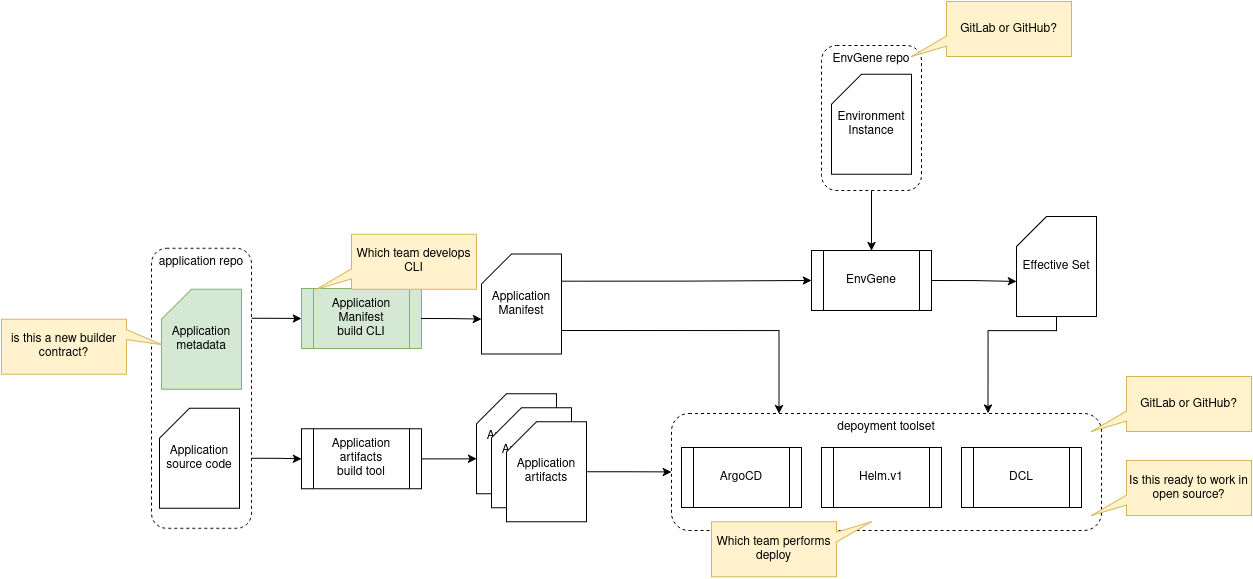
sivareddyit/qubership-envgene keeps this draw.io diagram as docs/images/application-manifest-2.drawio.png. Above is the earlier version. Source tidied: cells renumbered, new cells last; positions are measured from the earlier drawing's top-left corner, leaving out a move shared by most shapes.
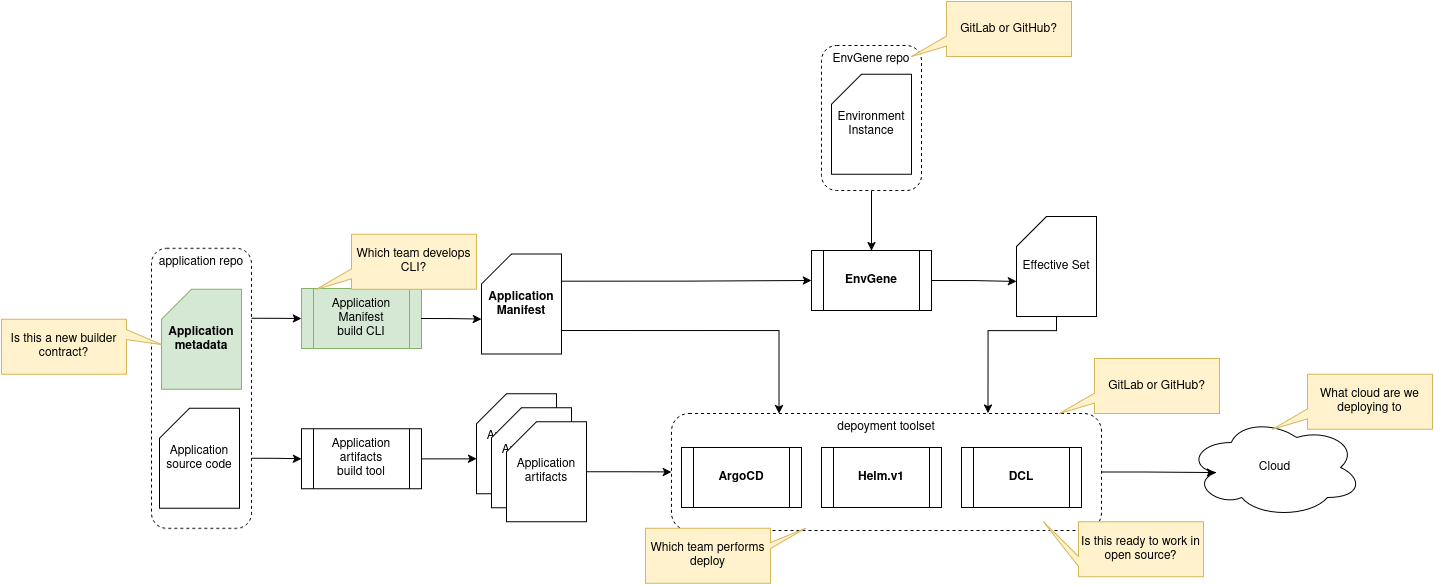
Later version of the same file.

Change to the diagram source:
```diff
@@ -11,7 +11,7 @@
     <mxCell id="4" value="application repo" style="rounded=1;whiteSpace=wrap;html=1;verticalAlign=top;dashed=1;" parent="1" vertex="1">
       <mxGeometry x="150" y="246.9" width="100" height="280" as="geometry" />
     </mxCell>
-    <mxCell id="5" value="Application metadata" style="shape=card;whiteSpace=wrap;html=1;fillColor=#d5e8d4;strokeColor=#82b366;" parent="1" vertex="1">
+    <mxCell id="5" value="&lt;b&gt;Application metadata&lt;/b&gt;" style="shape=card;whiteSpace=wrap;html=1;fillColor=#d5e8d4;strokeColor=#82b366;" parent="1" vertex="1">
       <mxGeometry x="160" y="287.9" width="80" height="100" as="geometry" />
     </mxCell>
     <mxCell id="6" value="Application source code" style="shape=card;whiteSpace=wrap;html=1;" parent="1" vertex="1">
@@ -23,7 +23,7 @@
     <mxCell id="8" style="edgeStyle=orthogonalEdgeStyle;rounded=0;jettySize=auto;html=1;exitX=0.976;exitY=0.272;exitDx=0;exitDy=0;exitPerimeter=0;entryX=0;entryY=0.5;entryDx=0;entryDy=0;" parent="1" edge="1" source="9" target="12">
       <mxGeometry relative="1" as="geometry" />
     </mxCell>
-    <mxCell id="9" value="Application Manifest" style="shape=card;whiteSpace=wrap;html=1;" parent="1" vertex="1">
+    <mxCell id="9" value="&lt;b&gt;Application Manifest&lt;/b&gt;" style="shape=card;whiteSpace=wrap;html=1;" parent="1" vertex="1">
       <mxGeometry x="480" y="252.5" width="80" height="100" as="geometry" />
     </mxCell>
     <mxCell id="10" style="edgeStyle=orthogonalEdgeStyle;rounded=0;jettySize=auto;html=1;exitX=1;exitY=0.5;exitDx=0;exitDy=0;entryX=0;entryY=0;entryDx=0;entryDy=65;entryPerimeter=0;" parent="1" edge="1" source="7" target="9">
@@ -32,7 +32,7 @@
     <mxCell id="11" style="edgeStyle=orthogonalEdgeStyle;rounded=0;jettySize=auto;html=1;exitX=1;exitY=0.5;exitDx=0;exitDy=0;entryX=0;entryY=0;entryDx=0;entryDy=65;entryPerimeter=0;" parent="1" edge="1" source="12" target="18">
       <mxGeometry relative="1" as="geometry" />
     </mxCell>
-    <mxCell id="12" value="EnvGene" style="shape=process;whiteSpace=wrap;html=1;backgroundOutline=1;" parent="1" vertex="1">
+    <mxCell id="12" value="&lt;b&gt;EnvGene&lt;/b&gt;" style="shape=process;whiteSpace=wrap;html=1;backgroundOutline=1;" parent="1" vertex="1">
       <mxGeometry x="810" y="249" width="120" height="60" as="geometry" />
     </mxCell>
     <mxCell id="13" value="Application artifacts" style="shape=card;whiteSpace=wrap;html=1;" parent="1" vertex="1">
@@ -77,22 +77,22 @@
     <mxCell id="24" style="edgeStyle=orthogonalEdgeStyle;rounded=0;jettySize=auto;html=1;exitX=1;exitY=0.5;exitDx=0;exitDy=0;exitPerimeter=0;entryX=0;entryY=0.5;entryDx=0;entryDy=0;" parent="1" edge="1" source="16" target="22">
       <mxGeometry relative="1" as="geometry" />
     </mxCell>
-    <mxCell id="25" value="&lt;span lang=&quot;en&quot; class=&quot;HwtZe&quot;&gt;&lt;span class=&quot;jCAhz ChMk0b&quot;&gt;&lt;span class=&quot;ryNqvb&quot;&gt;is this a new builder contract?&lt;/span&gt;&lt;/span&gt;&lt;/span&gt;" style="shape=callout;whiteSpace=wrap;html=1;perimeter=calloutPerimeter;base=10;size=35;position=0.63;position2=0.54;direction=north;fillColor=#fff2cc;strokeColor=#d6b656;" parent="1" vertex="1">
+    <mxCell id="25" value="&lt;span lang=&quot;en&quot; class=&quot;HwtZe&quot;&gt;&lt;span class=&quot;jCAhz ChMk0b&quot;&gt;&lt;span class=&quot;ryNqvb&quot;&gt;Is this a new builder contract?&lt;/span&gt;&lt;/span&gt;&lt;/span&gt;" style="shape=callout;whiteSpace=wrap;html=1;perimeter=calloutPerimeter;base=10;size=35;position=0.63;position2=0.54;direction=north;fillColor=#fff2cc;strokeColor=#d6b656;" parent="1" vertex="1">
       <mxGeometry y="317.9" width="160" height="55" as="geometry" />
     </mxCell>
     <mxCell id="26" value="GitLab or GitHub?" style="shape=callout;whiteSpace=wrap;html=1;perimeter=calloutPerimeter;base=10;size=35;position=0.63;position2=1;direction=south;fillColor=#fff2cc;strokeColor=#d6b656;" parent="1" vertex="1">
-      <mxGeometry x="1090" y="375" width="160" height="55" as="geometry" />
+      <mxGeometry x="1058" y="357" width="160" height="55" as="geometry" />
     </mxCell>
     <mxCell id="27" value="GitLab or GitHub?" style="shape=callout;whiteSpace=wrap;html=1;perimeter=calloutPerimeter;base=10;size=35;position=0.63;position2=1;direction=south;fillColor=#fff2cc;strokeColor=#d6b656;" parent="1" vertex="1">
       <mxGeometry x="910" width="160" height="55" as="geometry" />
     </mxCell>
-    <mxCell id="28" value="ArgoCD" style="shape=process;whiteSpace=wrap;html=1;backgroundOutline=1;" parent="1" vertex="1">
+    <mxCell id="28" value="&lt;b&gt;ArgoCD&lt;/b&gt;" style="shape=process;whiteSpace=wrap;html=1;backgroundOutline=1;" parent="1" vertex="1">
       <mxGeometry x="680" y="446" width="120" height="60" as="geometry" />
     </mxCell>
-    <mxCell id="29" value="Helm.v1" style="shape=process;whiteSpace=wrap;html=1;backgroundOutline=1;" parent="1" vertex="1">
+    <mxCell id="29" value="&lt;b&gt;Helm.v1&lt;/b&gt;" style="shape=process;whiteSpace=wrap;html=1;backgroundOutline=1;" parent="1" vertex="1">
       <mxGeometry x="820" y="446" width="120" height="60" as="geometry" />
     </mxCell>
-    <mxCell id="30" value="DCL" style="shape=process;whiteSpace=wrap;html=1;backgroundOutline=1;" parent="1" vertex="1">
+    <mxCell id="30" value="&lt;b&gt;DCL&lt;/b&gt;" style="shape=process;whiteSpace=wrap;html=1;backgroundOutline=1;" parent="1" vertex="1">
       <mxGeometry x="960" y="446" width="120" height="60" as="geometry" />
     </mxCell>
     <mxCell id="31" style="edgeStyle=orthogonalEdgeStyle;rounded=0;jettySize=auto;html=1;exitX=0.5;exitY=1;exitDx=0;exitDy=0;exitPerimeter=0;entryX=0.736;entryY=-0.003;entryDx=0;entryDy=0;entryPerimeter=0;" parent="1" edge="1" source="18" target="22">
@@ -103,14 +103,23 @@
         </Array>
       </mxGeometry>
     </mxCell>
-    <mxCell id="32" value="&lt;span lang=&quot;en&quot; class=&quot;HwtZe&quot;&gt;&lt;span class=&quot;jCAhz ChMk0b&quot;&gt;&lt;span class=&quot;ryNqvb&quot;&gt;Is this ready to work in open source?&lt;/span&gt;&lt;/span&gt;&lt;/span&gt;" style="shape=callout;whiteSpace=wrap;html=1;perimeter=calloutPerimeter;base=10;size=35;position=0.63;position2=1;direction=south;fillColor=#fff2cc;strokeColor=#d6b656;" parent="1" vertex="1">
-      <mxGeometry x="1090" y="459" width="160" height="55" as="geometry" />
+    <mxCell id="32" value="&lt;span lang=&quot;en&quot; class=&quot;HwtZe&quot;&gt;&lt;span class=&quot;jCAhz ChMk0b&quot;&gt;&lt;span class=&quot;ryNqvb&quot;&gt;Is this ready to work in open source?&lt;/span&gt;&lt;/span&gt;&lt;/span&gt;" style="shape=callout;whiteSpace=wrap;html=1;perimeter=calloutPerimeter;base=10;size=35;position=0.63;position2=0;direction=south;fillColor=#fff2cc;strokeColor=#d6b656;" parent="1" vertex="1">
+      <mxGeometry x="1042" y="520.4" width="160" height="55" as="geometry" />
     </mxCell>
-    <mxCell id="33" value="Which team performs deploy" style="shape=callout;whiteSpace=wrap;html=1;perimeter=calloutPerimeter;base=10;size=35;position=0.63;position2=1;direction=north;fillColor=#fff2cc;strokeColor=#d6b656;" parent="1" vertex="1">
-      <mxGeometry x="710" y="520.4" width="160" height="55" as="geometry" />
+    <mxCell id="33" value="Which team performs deploy" style="shape=callout;whiteSpace=wrap;html=1;perimeter=calloutPerimeter;base=6;size=35;position=0.63;position2=1;direction=north;fillColor=#fff2cc;strokeColor=#d6b656;" parent="1" vertex="1">
+      <mxGeometry x="644" y="526.9" width="160" height="55" as="geometry" />
     </mxCell>
-    <mxCell id="34" value="Which team develops CLI" style="shape=callout;whiteSpace=wrap;html=1;perimeter=calloutPerimeter;base=10;size=35;position=0.63;position2=1;direction=south;fillColor=#fff2cc;strokeColor=#d6b656;" parent="1" vertex="1">
+    <mxCell id="34" value="Which team develops CLI?" style="shape=callout;whiteSpace=wrap;html=1;perimeter=calloutPerimeter;base=10;size=35;position=0.63;position2=1;direction=south;fillColor=#fff2cc;strokeColor=#d6b656;" parent="1" vertex="1">
       <mxGeometry x="315" y="232.9" width="160" height="55" as="geometry" />
     </mxCell>
+    <mxCell id="35" value="Cloud" style="ellipse;shape=cloud;whiteSpace=wrap;html=1;" parent="1" vertex="1">
+      <mxGeometry x="1186" y="416" width="175" height="100" as="geometry" />
+    </mxCell>
+    <mxCell id="36" style="edgeStyle=orthogonalEdgeStyle;rounded=0;jettySize=auto;html=1;exitX=1;exitY=0.5;exitDx=0;exitDy=0;entryX=0.16;entryY=0.55;entryDx=0;entryDy=0;entryPerimeter=0;" parent="1" edge="1" source="22" target="35">
+      <mxGeometry relative="1" as="geometry" />
+    </mxCell>
+    <mxCell id="37" value="&lt;span lang=&quot;en&quot; class=&quot;HwtZe&quot;&gt;&lt;span class=&quot;jCAhz ChMk0b&quot;&gt;&lt;span class=&quot;ryNqvb&quot;&gt;What cloud are we deploying to&lt;/span&gt;&lt;/span&gt;&lt;/span&gt;" style="shape=callout;whiteSpace=wrap;html=1;perimeter=calloutPerimeter;base=10;size=35;position=0.63;position2=1;direction=south;fillColor=#fff2cc;strokeColor=#d6b656;" parent="1" vertex="1">
+      <mxGeometry x="1271" y="372.9" width="160" height="55" as="geometry" />
+    </mxCell>
   </root>
 </mxGraphModel>
```
